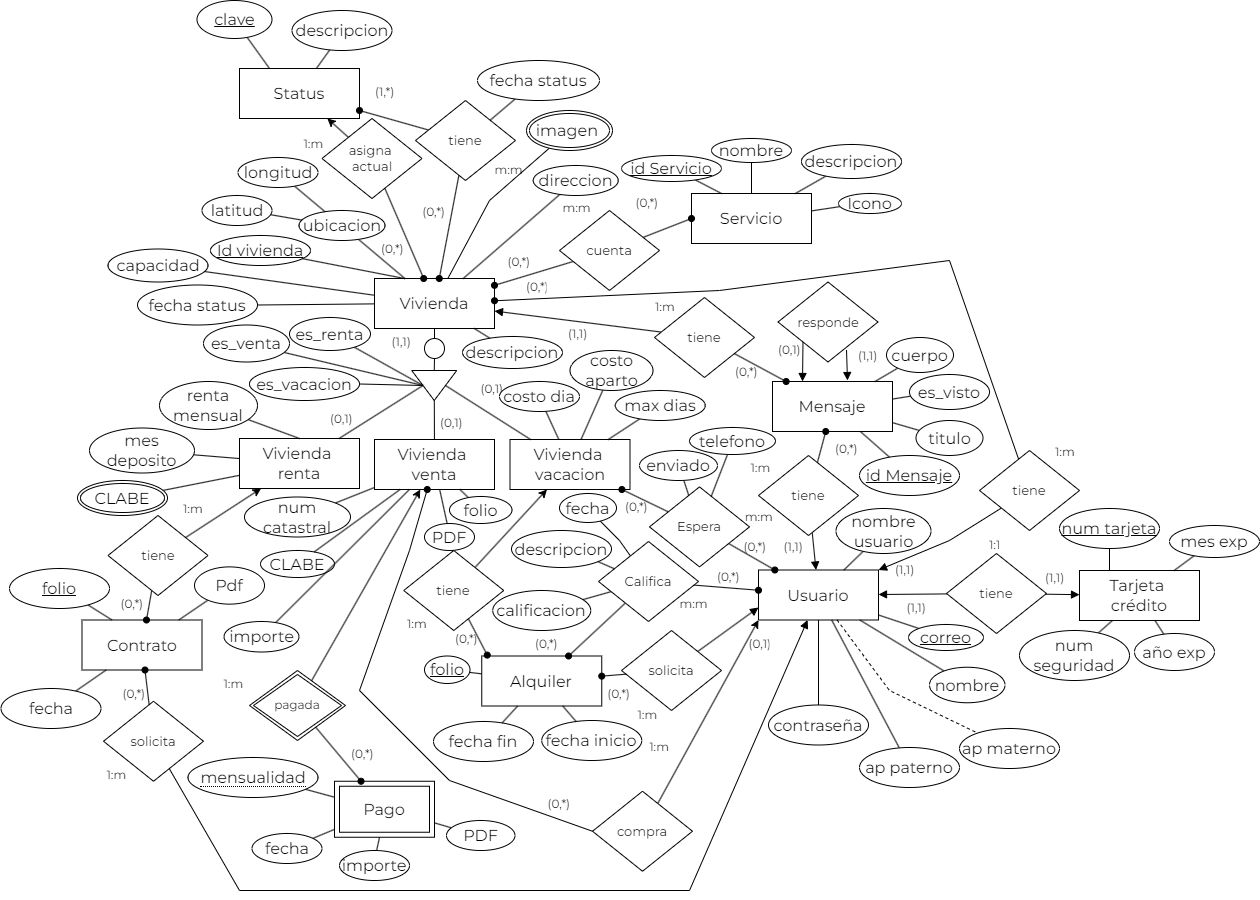
JaimeM28/Global-home-BD keeps this draw.io diagram as modelos/modelo-er.png. Above is the earlier version. Source tidied: cells renumbered, new cells last; positions are measured from the earlier drawing's top-left corner, leaving out a move shared by most shapes.
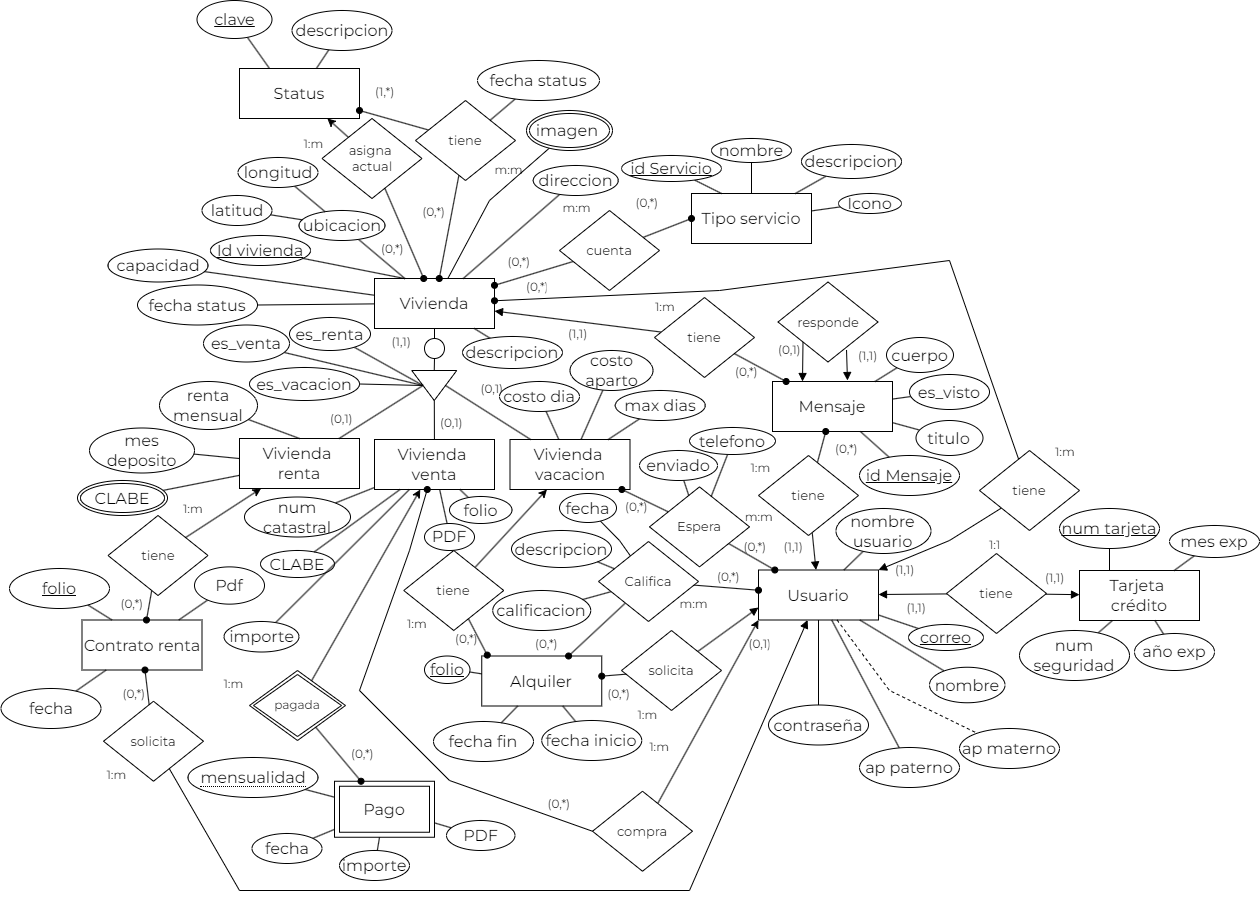
Later version of the same file.

Commit message:
fix modelo-er y modelo-relacional

The edit, as a diff of the source:
```diff
@@ -114,7 +114,7 @@
     <mxCell id="37" value="&lt;font style=&quot;font-size: 16px;&quot;&gt;imagen&amp;nbsp;&lt;/font&gt;" style="ellipse;shape=doubleEllipse;margin=3;whiteSpace=wrap;html=1;align=center;fontFamily=Montserrat;fontSource=https%3A%2F%2Ffonts.googleapis.com%2Fcss%3Ffamily%3DMontserrat;" parent="1" vertex="1">
       <mxGeometry x="525" y="110" width="86" height="40" as="geometry" />
     </mxCell>
-    <mxCell id="38" value="&lt;font style=&quot;font-size: 16px;&quot;&gt;Servicio&lt;/font&gt;" style="whiteSpace=wrap;html=1;align=center;fontFamily=Montserrat;fontSource=https%3A%2F%2Ffonts.googleapis.com%2Fcss%3Ffamily%3DMontserrat;fontSize=16;" parent="1" vertex="1">
+    <mxCell id="38" value="&lt;font style=&quot;font-size: 16px;&quot;&gt;Tipo servicio&lt;/font&gt;" style="whiteSpace=wrap;html=1;align=center;fontFamily=Montserrat;fontSource=https%3A%2F%2Ffonts.googleapis.com%2Fcss%3Ffamily%3DMontserrat;fontSize=16;" parent="1" vertex="1">
       <mxGeometry x="690" y="193" width="120" height="50" as="geometry" />
     </mxCell>
     <mxCell id="39" style="rounded=0;jettySize=auto;html=1;entryX=0.25;entryY=0;entryDx=0;entryDy=0;endArrow=none;endFill=0;fontSize=16;fontFamily=Montserrat;fontSource=https%3A%2F%2Ffonts.googleapis.com%2Fcss%3Ffamily%3DMontserrat;" parent="1" edge="1" source="40" target="38">
@@ -386,7 +386,7 @@
     <mxCell id="125" value="1:m" style="text;strokeColor=none;fillColor=none;spacingLeft=4;spacingRight=4;overflow=hidden;fontSize=12;fontFamily=Montserrat;fontSource=https%3A%2F%2Ffonts.googleapis.com%2Fcss%3Ffamily%3DMontserrat;" parent="1" vertex="1">
       <mxGeometry x="630.5" y="700.8" width="33" height="20" as="geometry" />
     </mxCell>
-    <mxCell id="126" value="&lt;font style=&quot;font-size: 16px;&quot;&gt;Contrato&lt;/font&gt;" style="whiteSpace=wrap;html=1;align=center;fontFamily=Montserrat;fontSource=https%3A%2F%2Ffonts.googleapis.com%2Fcss%3Ffamily%3DMontserrat;fontSize=16;" parent="1" vertex="1">
+    <mxCell id="126" value="&lt;font style=&quot;font-size: 16px;&quot;&gt;Contrato renta&lt;/font&gt;" style="whiteSpace=wrap;html=1;align=center;fontFamily=Montserrat;fontSource=https%3A%2F%2Ffonts.googleapis.com%2Fcss%3Ffamily%3DMontserrat;fontSize=16;" parent="1" vertex="1">
       <mxGeometry x="80.5" y="619.5" width="120" height="50" as="geometry" />
     </mxCell>
     <mxCell id="127" style="rounded=0;jettySize=auto;html=1;entryX=0.25;entryY=0;entryDx=0;entryDy=0;endArrow=none;endFill=0;fontSize=16;fontFamily=Montserrat;fontSource=https%3A%2F%2Ffonts.googleapis.com%2Fcss%3Ffamily%3DMontserrat;" parent="1" edge="1" source="128" target="126">
```
